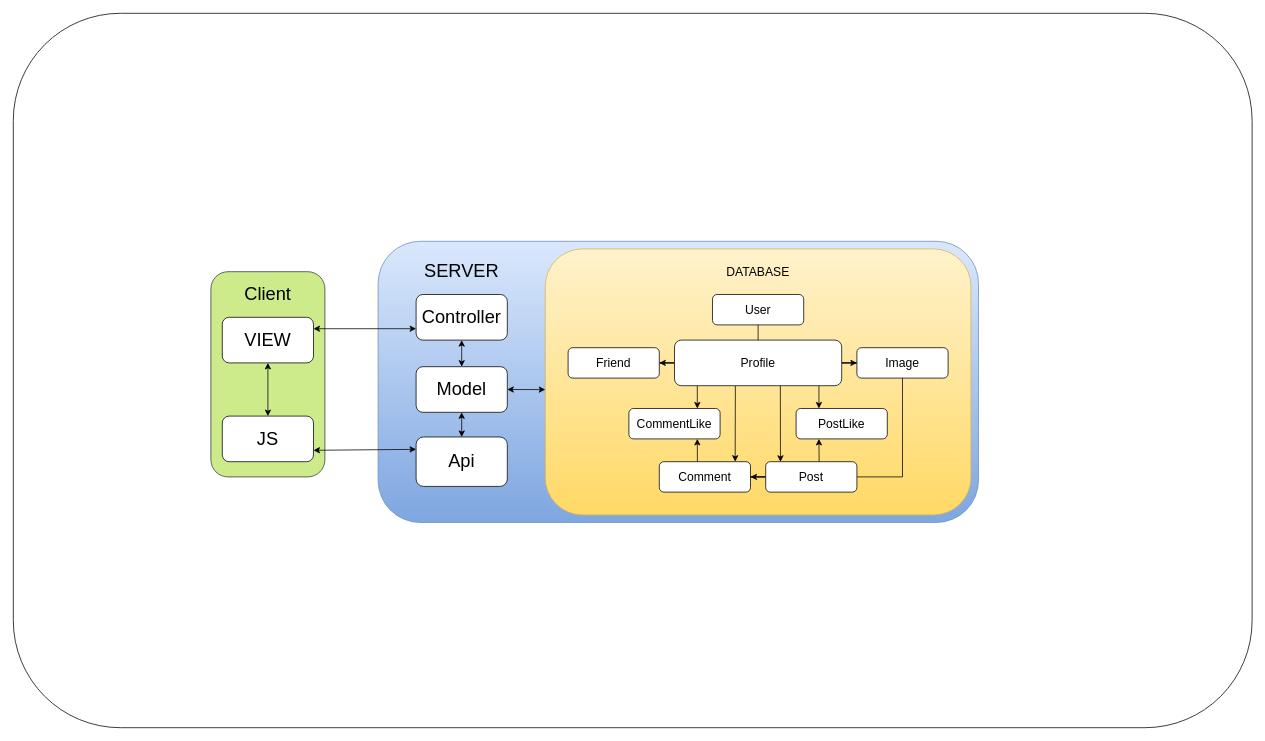
The draw.io diagram page "Page-1" (1 of 2) of Social Media.drawio in jacob-landis/Lumin, before the edit. Source tidied: cells renumbered, new cells numbered last; positions are measured from the earlier drawing's top-left corner, leaving out a move shared by most shapes. Both pictures are drawn from the tidied source at 76%, with x=0, y=0 at pixel (13, 13).
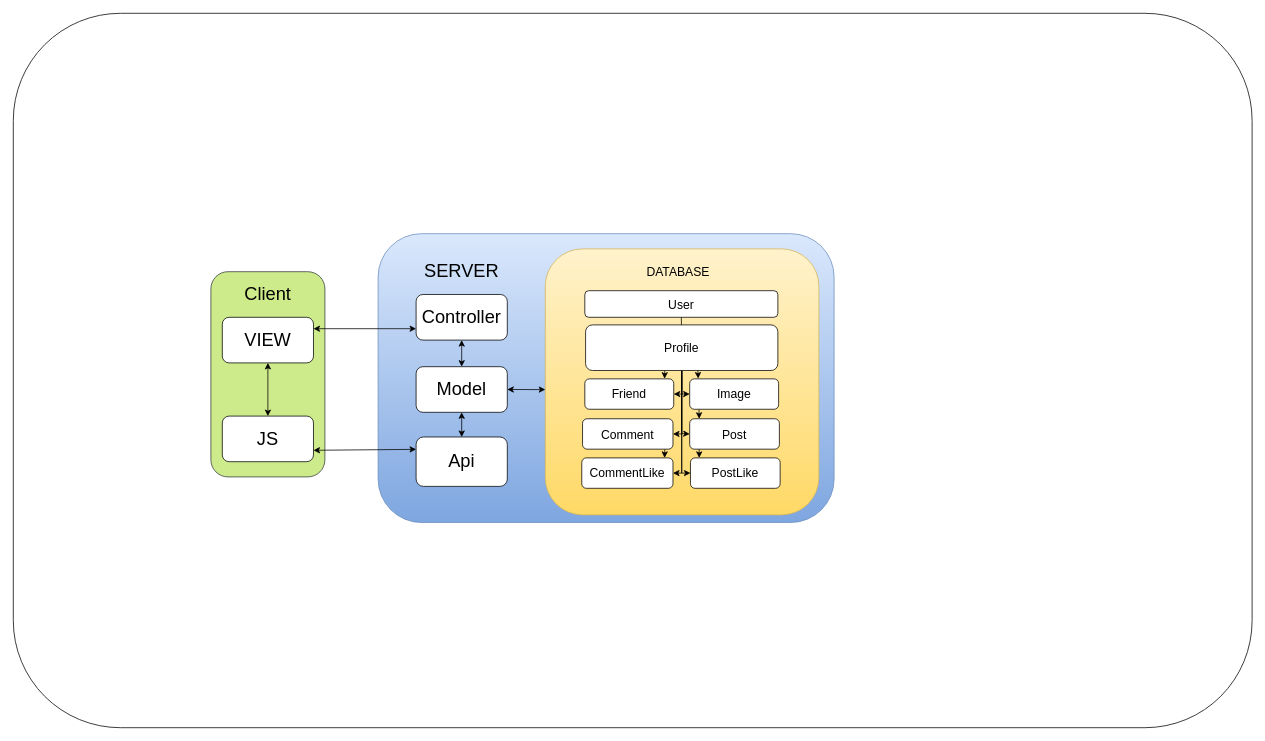
The same diagram, later.

Change to the diagram source:
```diff
@@
     <mxCell id="3" style="rounded=1;whiteSpace=wrap;html=1;fontSize=24;gradientColor=#7ea6e0;fillColor=#dae8fc;strokeColor=#6c8ebf;" parent="1" vertex="1">
-      <mxGeometry x="480" y="300" width="790" height="370" as="geometry" />
+      <mxGeometry x="480" y="290" width="600" height="380" as="geometry" />
     </mxCell>
@@
     <mxCell id="5" style="rounded=1;whiteSpace=wrap;html=1;fontSize=16;arcSize=14;gradientColor=#ffd966;fillColor=#fff2cc;strokeColor=#d6b656;" parent="1" vertex="1">
-      <mxGeometry x="700" y="310" width="560" height="350" as="geometry" />
+      <mxGeometry x="700" y="310" width="360" height="350" as="geometry" />
     </mxCell>
     <mxCell id="6" value="User" style="rounded=1;whiteSpace=wrap;html=1;fontSize=16;" parent="1" vertex="1">
-      <mxGeometry x="920" y="370" width="120" height="40" as="geometry" />
+      <mxGeometry x="752" y="365" width="254" height="35" as="geometry" />
     </mxCell>
-    <mxCell id="7" style="edgeStyle=orthogonalEdgeStyle;rounded=0;jettySize=auto;html=1;exitX=0.864;exitY=1.006;exitDx=0;exitDy=0;entryX=0.25;entryY=0;entryDx=0;entryDy=0;fontSize=16;exitPerimeter=0;" parent="1" edge="1" source="11" target="20">
-      <mxGeometry relative="1" as="geometry" />
-    </mxCell>
-    <mxCell id="8" style="edgeStyle=orthogonalEdgeStyle;rounded=0;jettySize=auto;html=1;entryX=0.75;entryY=0;entryDx=0;entryDy=0;fontSize=16;" parent="1" edge="1" target="21">
-      <mxGeometry relative="1" as="geometry">
-        <mxPoint x="900" y="490" as="sourcePoint" />
-      </mxGeometry>
-    </mxCell>
-    <mxCell id="9" style="edgeStyle=orthogonalEdgeStyle;rounded=0;jettySize=auto;html=1;entryX=1;entryY=0.5;entryDx=0;entryDy=0;fontSize=16;" parent="1" edge="1" source="11" target="14">
-      <mxGeometry relative="1" as="geometry" />
+    <mxCell id="9" style="edgeStyle=orthogonalEdgeStyle;rounded=0;jettySize=auto;html=1;exitX=0.5;exitY=1;exitDx=0;exitDy=0;entryX=1;entryY=0.5;entryDx=0;entryDy=0;" parent="1" edge="1" source="11" target="14">
+      <mxGeometry relative="1" as="geometry">
+        <Array as="points">
+          <mxPoint x="879" y="501" />
+        </Array>
+      </mxGeometry>
     </mxCell>
-    <mxCell id="10" style="edgeStyle=orthogonalEdgeStyle;rounded=0;jettySize=auto;html=1;entryX=0;entryY=0.5;entryDx=0;entryDy=0;fontSize=16;" parent="1" edge="1" source="11" target="13">
-      <mxGeometry relative="1" as="geometry" />
+    <mxCell id="10" style="edgeStyle=orthogonalEdgeStyle;rounded=0;jettySize=auto;html=1;exitX=0.5;exitY=1;exitDx=0;exitDy=0;entryX=0;entryY=0.5;entryDx=0;entryDy=0;" parent="1" edge="1" source="11" target="13">
+      <mxGeometry relative="1" as="geometry">
+        <Array as="points">
+          <mxPoint x="879" y="501" />
+        </Array>
+      </mxGeometry>
     </mxCell>
+    <mxCell id="22" style="edgeStyle=orthogonalEdgeStyle;rounded=0;jettySize=auto;html=1;exitX=0.5;exitY=1;exitDx=0;exitDy=0;entryX=0;entryY=0.5;entryDx=0;entryDy=0;" parent="1" edge="1" source="11" target="19">
+      <mxGeometry relative="1" as="geometry">
+        <Array as="points">
+          <mxPoint x="880" y="553" />
+          <mxPoint x="880" y="553" />
+        </Array>
+      </mxGeometry>
+    </mxCell>
+    <mxCell id="23" style="edgeStyle=orthogonalEdgeStyle;rounded=0;jettySize=auto;html=1;exitX=0.5;exitY=1;exitDx=0;exitDy=0;entryX=1;entryY=0.5;entryDx=0;entryDy=0;" parent="1" edge="1" source="11" target="16">
+      <mxGeometry relative="1" as="geometry">
+        <Array as="points">
+          <mxPoint x="879" y="553" />
+          <mxPoint x="868" y="553" />
+        </Array>
+      </mxGeometry>
+    </mxCell>
+    <mxCell id="7" style="edgeStyle=orthogonalEdgeStyle;rounded=0;jettySize=auto;html=1;exitX=0.5;exitY=1;exitDx=0;exitDy=0;entryX=0;entryY=0.5;entryDx=0;entryDy=0;" parent="1" edge="1" source="11" target="20">
+      <mxGeometry relative="1" as="geometry">
+        <Array as="points">
+          <mxPoint x="880" y="605" />
+        </Array>
+      </mxGeometry>
+    </mxCell>
+    <mxCell id="39" style="edgeStyle=orthogonalEdgeStyle;rounded=0;jettySize=auto;html=1;exitX=0.5;exitY=1;exitDx=0;exitDy=0;entryX=1;entryY=0.5;entryDx=0;entryDy=0;" parent="1" edge="1" source="11" target="21">
+      <mxGeometry relative="1" as="geometry">
+        <Array as="points">
+          <mxPoint x="880" y="605" />
+        </Array>
+      </mxGeometry>
+    </mxCell>
+    <mxCell id="40" style="edgeStyle=orthogonalEdgeStyle;rounded=0;orthogonalLoop=1;jettySize=auto;html=1;exitX=0.25;exitY=1;exitDx=0;exitDy=0;entryX=0.547;entryY=-0.004;entryDx=0;entryDy=0;entryPerimeter=0;" parent="1" edge="1">
+      <mxGeometry relative="1" as="geometry">
+        <mxPoint x="857.2" y="470" as="sourcePoint" />
+        <mxPoint x="857" y="480.8" as="targetPoint" />
+      </mxGeometry>
+    </mxCell>
+    <mxCell id="41" style="edgeStyle=orthogonalEdgeStyle;rounded=0;orthogonalLoop=1;jettySize=auto;html=1;exitX=0.75;exitY=1;exitDx=0;exitDy=0;entryX=0.455;entryY=-0.009;entryDx=0;entryDy=0;entryPerimeter=0;" parent="1" edge="1">
+      <mxGeometry relative="1" as="geometry">
+        <mxPoint x="900.8" y="470" as="sourcePoint" />
+        <mxPoint x="901.2" y="480.6" as="targetPoint" />
+      </mxGeometry>
+    </mxCell>
     <mxCell id="11" value="Profile" style="rounded=1;whiteSpace=wrap;html=1;fontSize=16;" parent="1" vertex="1">
-      <mxGeometry x="870" y="430" width="220" height="60" as="geometry" />
+      <mxGeometry x="753" y="410" width="253" height="60" as="geometry" />
     </mxCell>
@@
+    <mxCell id="42" style="edgeStyle=orthogonalEdgeStyle;rounded=0;orthogonalLoop=1;jettySize=auto;html=1;exitX=0.25;exitY=1;exitDx=0;exitDy=0;entryX=0.25;entryY=0;entryDx=0;entryDy=0;" parent="1" edge="1">
+      <mxGeometry relative="1" as="geometry">
+        <mxPoint x="902.2" y="521" as="sourcePoint" />
+        <mxPoint x="902.5" y="533.5" as="targetPoint" />
+      </mxGeometry>
+    </mxCell>
     <mxCell id="13" value="Image" style="rounded=1;whiteSpace=wrap;html=1;fontSize=16;" parent="1" vertex="1">
-      <mxGeometry x="1110" y="440" width="120" height="40" as="geometry" />
+      <mxGeometry x="890" y="481" width="117" height="40" as="geometry" />
     </mxCell>
     <mxCell id="14" value="Friend&lt;br style=&quot;font-size: 16px;&quot;&gt;" style="rounded=1;whiteSpace=wrap;html=1;fontSize=16;" parent="1" vertex="1">
-      <mxGeometry x="730" y="440" width="120" height="40" as="geometry" />
+      <mxGeometry x="752" y="481" width="117" height="40" as="geometry" />
     </mxCell>
-    <mxCell id="15" style="edgeStyle=orthogonalEdgeStyle;rounded=0;jettySize=auto;html=1;exitX=0.418;exitY=0.002;exitDx=0;exitDy=0;entryX=0.75;entryY=1;entryDx=0;entryDy=0;fontSize=16;exitPerimeter=0;" parent="1" edge="1" source="16" target="21">
-      <mxGeometry relative="1" as="geometry" />
-    </mxCell>
+    <mxCell id="43" style="edgeStyle=orthogonalEdgeStyle;rounded=0;orthogonalLoop=1;jettySize=auto;html=1;exitX=0.75;exitY=1;exitDx=0;exitDy=0;entryX=0.75;entryY=0;entryDx=0;entryDy=0;endArrow=classic;endFill=1;" parent="1" edge="1">
+      <mxGeometry relative="1" as="geometry">
+        <mxPoint x="857.2" y="573.5" as="sourcePoint" />
+        <mxPoint x="857" y="585" as="targetPoint" />
+      </mxGeometry>
+    </mxCell>
     <mxCell id="16" value="Comment" style="rounded=1;whiteSpace=wrap;html=1;fontSize=16;" parent="1" vertex="1">
-      <mxGeometry x="850" y="590" width="120" height="40" as="geometry" />
+      <mxGeometry x="749" y="533.5" width="119" height="40" as="geometry" />
     </mxCell>
-    <mxCell id="17" style="edgeStyle=orthogonalEdgeStyle;rounded=0;jettySize=auto;html=1;entryX=1;entryY=0.5;entryDx=0;entryDy=0;fontSize=16;" parent="1" edge="1" source="19" target="16">
-      <mxGeometry relative="1" as="geometry" />
-    </mxCell>
-    <mxCell id="18" style="edgeStyle=orthogonalEdgeStyle;rounded=0;jettySize=auto;html=1;exitX=0.586;exitY=0;exitDx=0;exitDy=0;entryX=0.25;entryY=1;entryDx=0;entryDy=0;fontSize=16;exitPerimeter=0;" parent="1" edge="1" source="19" target="20">
-      <mxGeometry relative="1" as="geometry" />
-    </mxCell>
-    <mxCell id="19" value="Post" style="rounded=1;whiteSpace=wrap;html=1;fontSize=16;" parent="1" vertex="1">
-      <mxGeometry x="990" y="590" width="120" height="40" as="geometry" />
-    </mxCell>
     <mxCell id="20" value="PostLike" style="rounded=1;whiteSpace=wrap;html=1;fontSize=16;" parent="1" vertex="1">
-      <mxGeometry x="1030" y="520" width="120" height="40" as="geometry" />
+      <mxGeometry x="891" y="585" width="118" height="40" as="geometry" />
     </mxCell>
     <mxCell id="21" value="CommentLike" style="rounded=1;whiteSpace=wrap;html=1;fontSize=16;" parent="1" vertex="1">
-      <mxGeometry x="810" y="520" width="120" height="40" as="geometry" />
+      <mxGeometry x="748" y="585" width="120" height="40" as="geometry" />
     </mxCell>
-    <mxCell id="22" style="endArrow=classic;html=1;fontSize=16;exitX=0.633;exitY=1.002;exitDx=0;exitDy=0;exitPerimeter=0;entryX=0.162;entryY=0.003;entryDx=0;entryDy=0;entryPerimeter=0;" parent="1" edge="1" source="11" target="19">
-      <mxGeometry relative="1" as="geometry" />
-    </mxCell>
-    <mxCell id="23" style="endArrow=classic;html=1;fontSize=16;exitX=0.364;exitY=1.007;exitDx=0;exitDy=0;exitPerimeter=0;entryX=0.832;entryY=0;entryDx=0;entryDy=0;entryPerimeter=0;" parent="1" edge="1" source="11" target="16">
-      <mxGeometry relative="1" as="geometry" />
-    </mxCell>
-    <mxCell id="24" style="endArrow=none;html=1;fontSize=16;entryX=1;entryY=0.5;entryDx=0;entryDy=0;exitX=0.5;exitY=1;exitDx=0;exitDy=0;strokeColor=#000000;fillColor=#f5f5f5;rounded=0;" parent="1" edge="1" source="13" target="19">
-      <mxGeometry relative="1" as="geometry">
-        <Array as="points">
-          <mxPoint x="1170" y="610" />
-        </Array>
-      </mxGeometry>
-    </mxCell>
     <mxCell id="25" value="DATABASE" style="text;html=1;strokeColor=none;fillColor=none;align=center;verticalAlign=middle;whiteSpace=wrap;rounded=0;fontSize=16;" parent="1" vertex="1">
-      <mxGeometry x="915" y="320" width="130" height="40" as="geometry" />
+      <mxGeometry x="810" y="320" width="130" height="40" as="geometry" />
     </mxCell>
@@
+    <mxCell id="44" style="edgeStyle=orthogonalEdgeStyle;rounded=0;orthogonalLoop=1;jettySize=auto;html=1;exitX=0.25;exitY=1;exitDx=0;exitDy=0;entryX=0.25;entryY=0;entryDx=0;entryDy=0;endArrow=classic;endFill=1;" parent="1" edge="1">
+      <mxGeometry relative="1" as="geometry">
+        <mxPoint x="901.5" y="573.5" as="sourcePoint" />
+        <mxPoint x="902.5" y="585" as="targetPoint" />
+      </mxGeometry>
+    </mxCell>
+    <mxCell id="19" value="Post" style="rounded=1;whiteSpace=wrap;html=1;fontSize=16;" parent="1" vertex="1">
+      <mxGeometry x="890" y="533.5" width="118" height="40" as="geometry" />
+    </mxCell>
```
